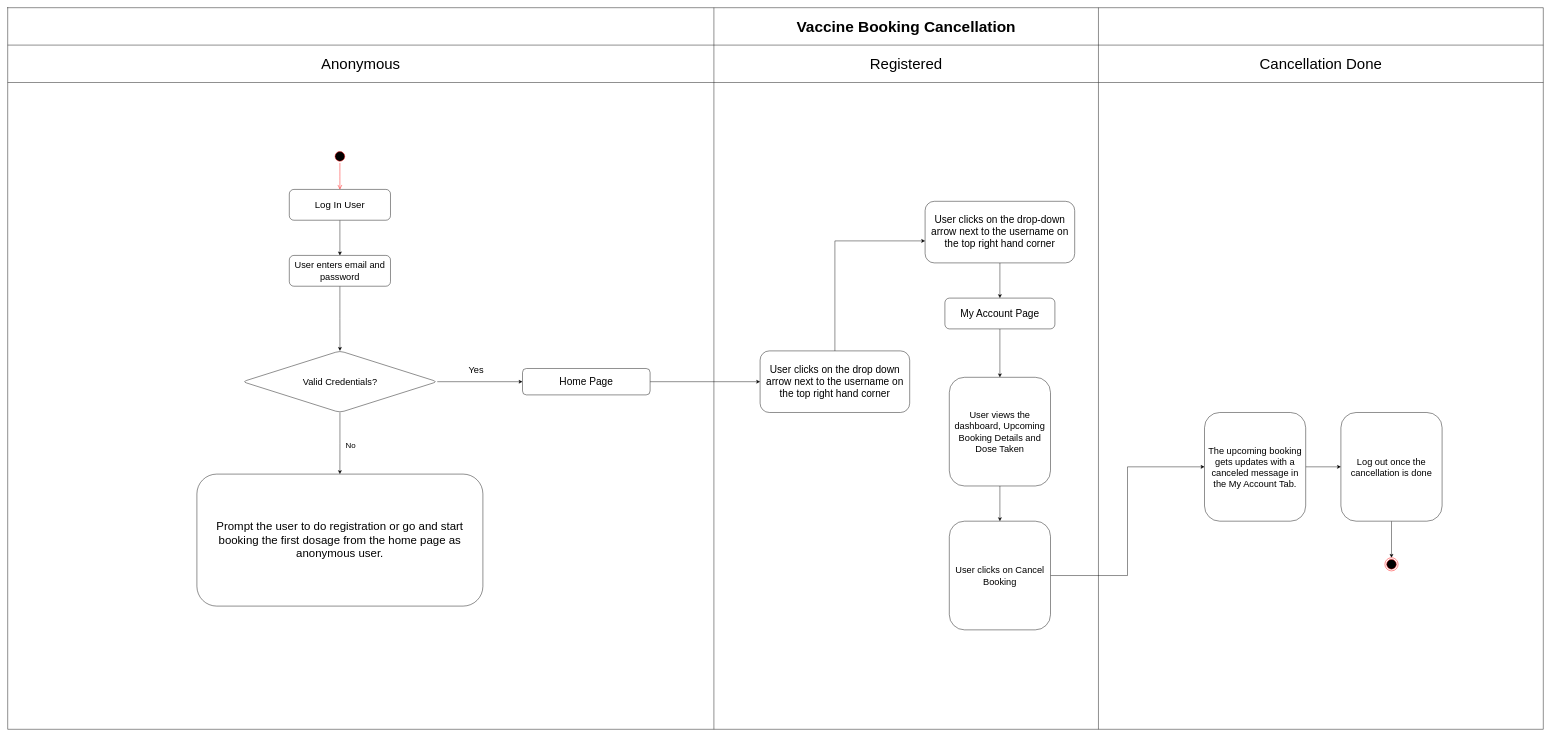
The draw.io diagram Vaccine Booking Cancellation- Activity Diagram.drawio in Janani-Manoharan/CovidDots, before the edit. Source tidied: cells renumbered, new cells numbered last; positions are measured from the earlier drawing's top-left corner, leaving out a move shared by most shapes. Both pictures are drawn from the tidied source at 44%, with x=0, y=0 at pixel (7, 7).
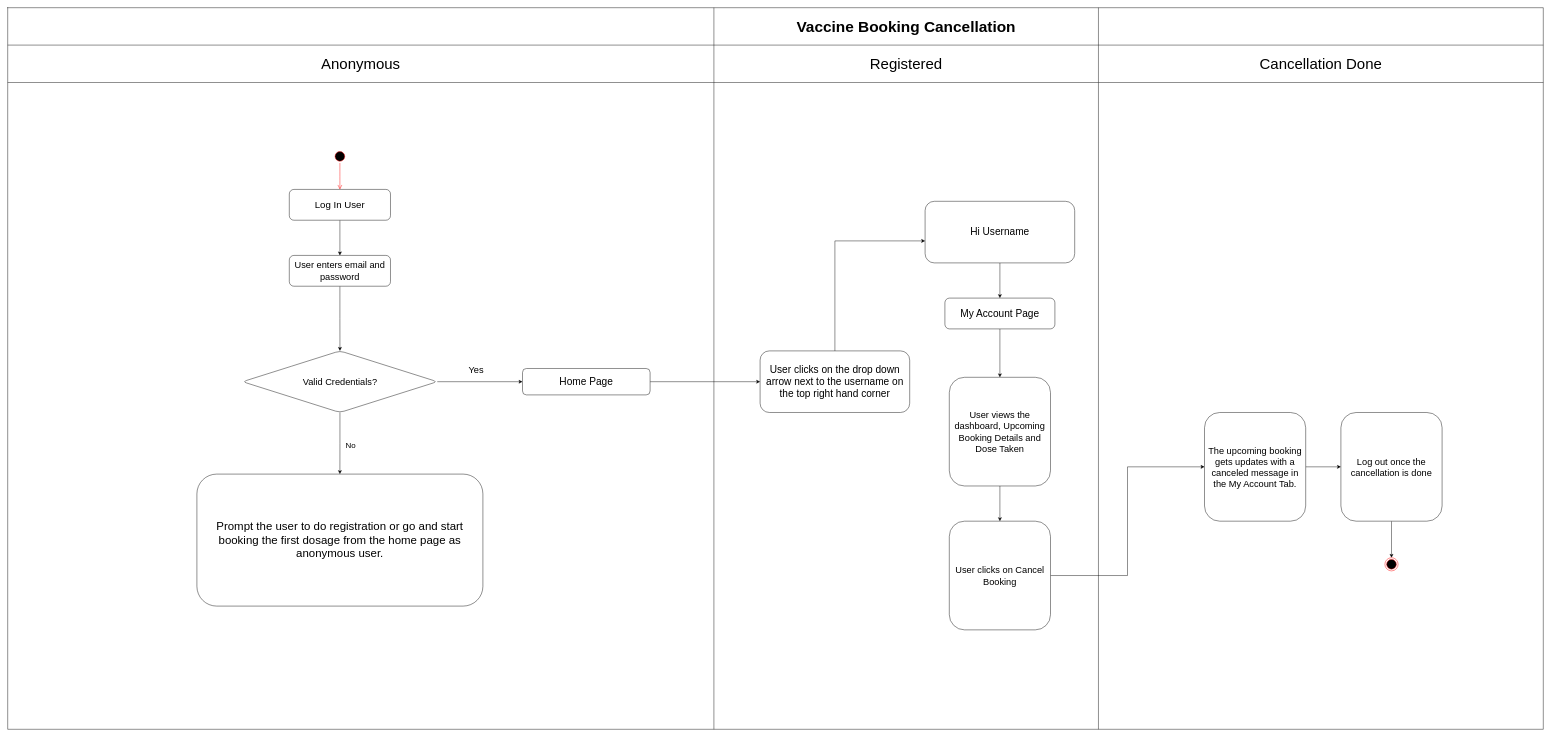
The same diagram, later.

What changed in the source:
```diff
@@
-    <mxCell id="31" value="&lt;span style=&quot;font-size: 23px&quot;&gt;User clicks on the drop-down arrow next to the username on the top right hand corner&lt;/span&gt;" style="whiteSpace=wrap;html=1;rounded=1;shadow=0;strokeWidth=1;glass=0;" parent="1" vertex="1">
+    <mxCell id="31" value="&lt;span style=&quot;font-size: 23px&quot;&gt;Hi Username&lt;/span&gt;" style="whiteSpace=wrap;html=1;rounded=1;shadow=0;strokeWidth=1;glass=0;" parent="1" vertex="1">
       <mxGeometry x="2085" y="440" width="340" height="140" as="geometry" />
     </mxCell>
```
